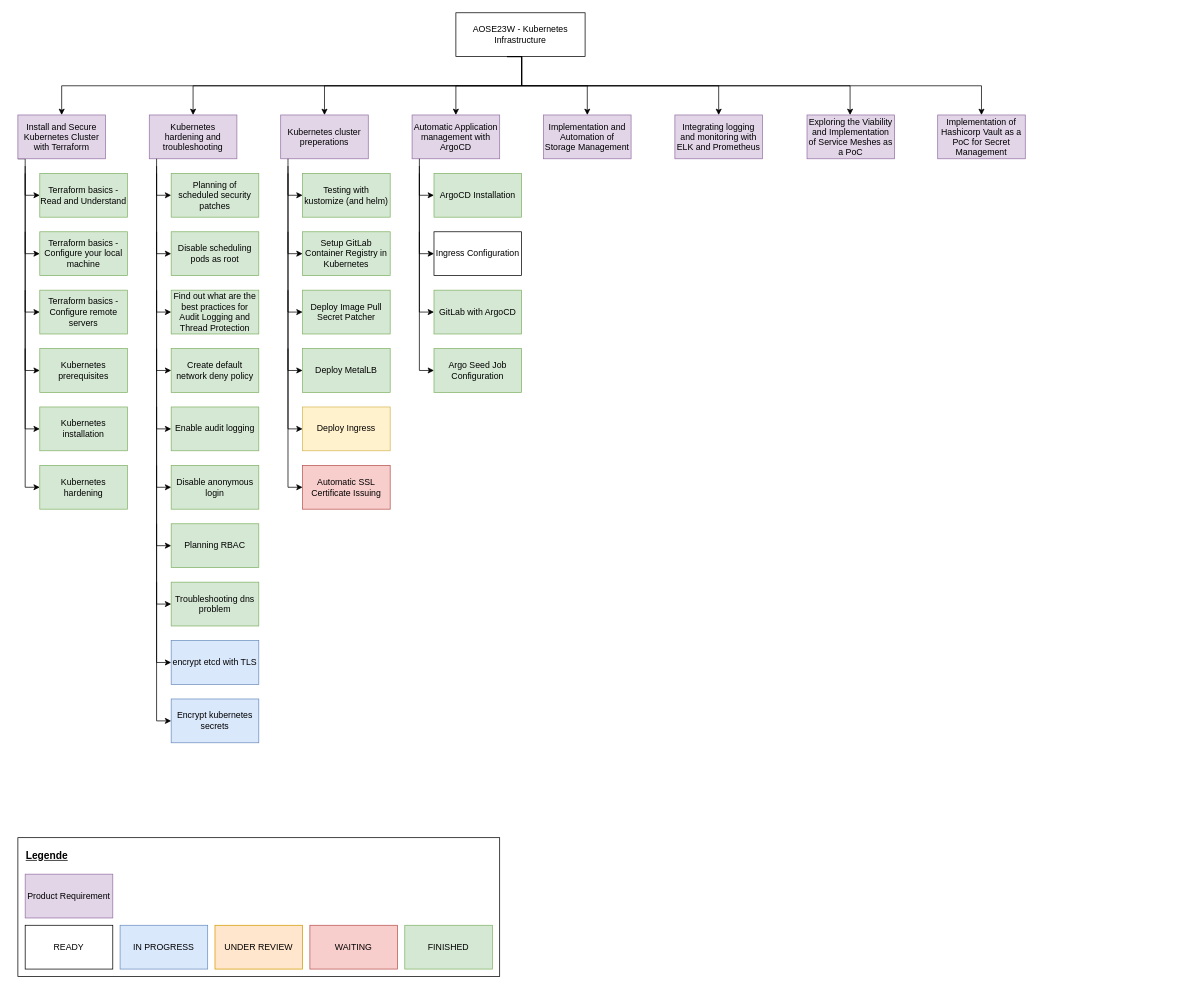
Above: uni-bsc/product-requirements-kubernetes-infrastructure.drawio in pogii123/drawio-charts (draw.io), before the change. Source tidied: cells renumbered, new cells numbered last; positions are measured from the earlier drawing's top-left corner, leaving out a move shared by most shapes. Both pictures are drawn from the tidied source at 73%, with x=0, y=0 at pixel (18, 12).
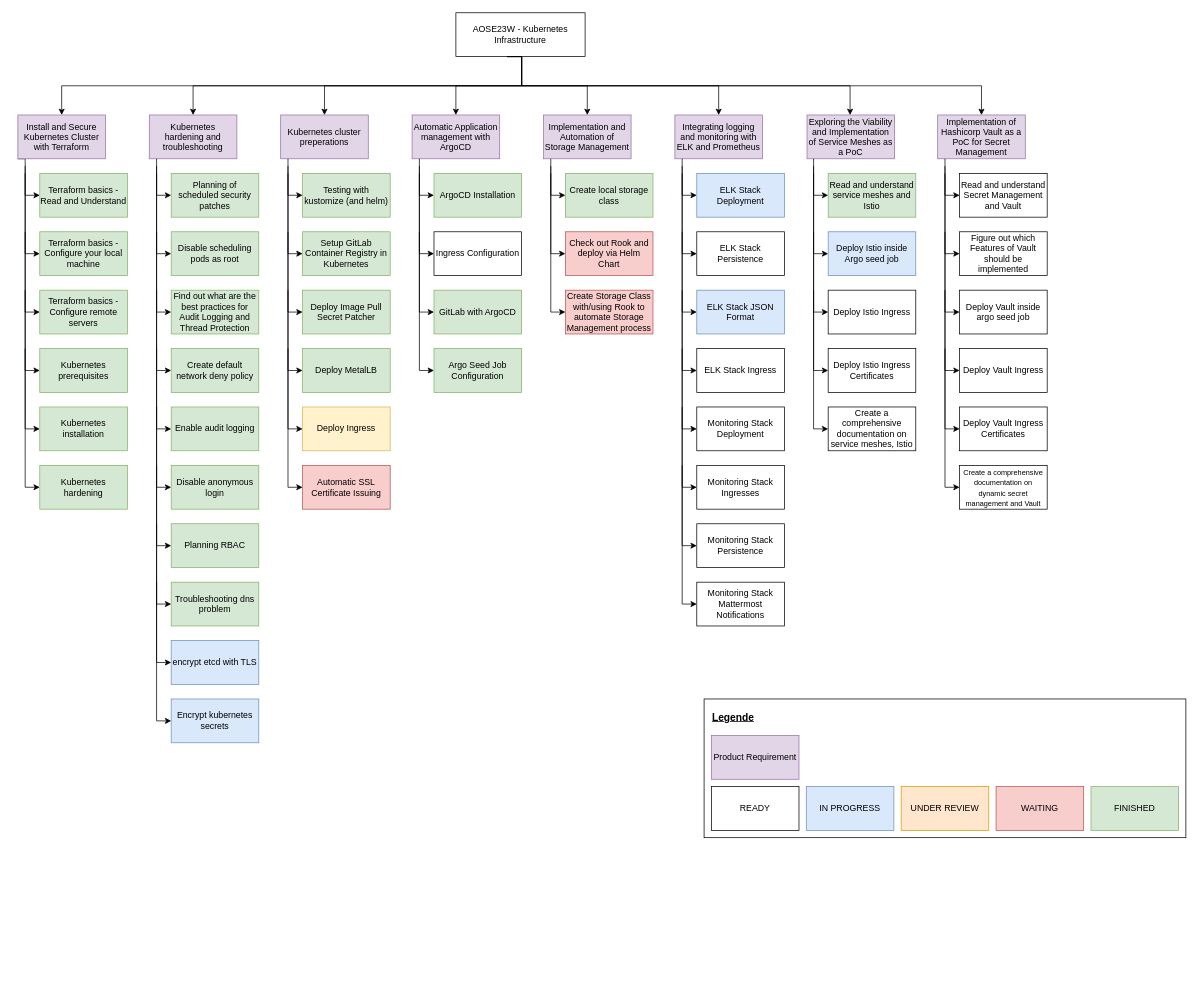
The same diagram, later.

The edit, as a diff of the source:
```diff
@@
     <mxCell id="2" style="rounded=0;whiteSpace=wrap;html=1;" parent="1" vertex="1">
-      <mxGeometry y="1130" width="660" height="190" as="geometry" />
+      <mxGeometry x="940" y="940" width="660" height="190" as="geometry" />
     </mxCell>
     <mxCell id="3" value="&lt;font style=&quot;font-size: 14px;&quot;&gt;&lt;u&gt;&lt;b&gt;Legende&lt;/b&gt;&lt;/u&gt;&lt;/font&gt;" style="text;html=1;strokeColor=none;fillColor=none;align=center;verticalAlign=middle;whiteSpace=wrap;rounded=0;" parent="1" vertex="1">
-      <mxGeometry x="10" y="1140" width="60" height="30" as="geometry" />
+      <mxGeometry x="950" y="950" width="60" height="30" as="geometry" />
     </mxCell>
     <mxCell id="4" value="Product Requirement" style="rounded=0;whiteSpace=wrap;html=1;fillColor=#e1d5e7;strokeColor=#9673a6;" parent="1" vertex="1">
-      <mxGeometry x="10" y="1180" width="120" height="60" as="geometry" />
+      <mxGeometry x="950" y="990" width="120" height="60" as="geometry" />
     </mxCell>
     <mxCell id="5" value="WAITING" style="rounded=0;whiteSpace=wrap;html=1;fillColor=#f8cecc;strokeColor=#b85450;" parent="1" vertex="1">
-      <mxGeometry x="400" y="1250" width="120" height="60" as="geometry" />
+      <mxGeometry x="1340" y="1060" width="120" height="60" as="geometry" />
     </mxCell>
     <mxCell id="6" value="READY" style="rounded=0;whiteSpace=wrap;html=1;" parent="1" vertex="1">
-      <mxGeometry x="10" y="1250" width="120" height="60" as="geometry" />
+      <mxGeometry x="950" y="1060" width="120" height="60" as="geometry" />
     </mxCell>
     <mxCell id="7" value="IN PROGRESS" style="rounded=0;whiteSpace=wrap;html=1;fillColor=#dae8fc;strokeColor=#6c8ebf;" parent="1" vertex="1">
-      <mxGeometry x="140" y="1250" width="120" height="60" as="geometry" />
+      <mxGeometry x="1080" y="1060" width="120" height="60" as="geometry" />
     </mxCell>
     <mxCell id="8" value="UNDER REVIEW" style="rounded=0;whiteSpace=wrap;html=1;fillColor=#ffe6cc;strokeColor=#d79b00;" parent="1" vertex="1">
-      <mxGeometry x="270" y="1250" width="120" height="60" as="geometry" />
+      <mxGeometry x="1210" y="1060" width="120" height="60" as="geometry" />
     </mxCell>
     <mxCell id="9" value="FINISHED" style="rounded=0;whiteSpace=wrap;html=1;fillColor=#d5e8d4;strokeColor=#82b366;" parent="1" vertex="1">
-      <mxGeometry x="530" y="1250" width="120" height="60" as="geometry" />
+      <mxGeometry x="1470" y="1060" width="120" height="60" as="geometry" />
     </mxCell>
@@
+    <mxCell id="79" style="edgeStyle=orthogonalEdgeStyle;rounded=0;jettySize=auto;html=1;entryX=0;entryY=0.5;entryDx=0;entryDy=0;" parent="1" edge="1" target="80">
+      <mxGeometry relative="1" as="geometry">
+        <mxPoint x="730" y="200" as="sourcePoint" />
+        <Array as="points">
+          <mxPoint x="730" y="200" />
+          <mxPoint x="730" y="250" />
+        </Array>
+      </mxGeometry>
+    </mxCell>
+    <mxCell id="80" value="Create local storage class" style="rounded=0;whiteSpace=wrap;html=1;fillColor=#d5e8d4;strokeColor=#82b366;" parent="1" vertex="1">
+      <mxGeometry x="750" y="220" width="120" height="60" as="geometry" />
+    </mxCell>
+    <mxCell id="81" value="Create Storage Class with/using Rook to automate Storage Management process" style="rounded=0;whiteSpace=wrap;html=1;fillColor=#f8cecc;strokeColor=#b85450;" parent="1" vertex="1">
+      <mxGeometry x="750" y="380" width="120" height="60" as="geometry" />
+    </mxCell>
+    <mxCell id="82" style="edgeStyle=orthogonalEdgeStyle;rounded=0;orthogonalLoop=1;jettySize=auto;html=1;exitX=0;exitY=1;exitDx=0;exitDy=0;entryX=0;entryY=0.5;entryDx=0;entryDy=0;" parent="1" edge="1">
+      <mxGeometry relative="1" as="geometry">
+        <mxPoint x="730" y="210" as="sourcePoint" />
+        <mxPoint x="750" y="330" as="targetPoint" />
+        <Array as="points">
+          <mxPoint x="730" y="330" />
+        </Array>
+      </mxGeometry>
+    </mxCell>
+    <mxCell id="83" style="edgeStyle=orthogonalEdgeStyle;rounded=0;orthogonalLoop=1;jettySize=auto;html=1;exitX=0;exitY=1;exitDx=0;exitDy=0;" parent="1" edge="1">
+      <mxGeometry relative="1" as="geometry">
+        <mxPoint x="730" y="220" as="sourcePoint" />
+        <mxPoint x="750" y="410" as="targetPoint" />
+        <Array as="points">
+          <mxPoint x="730" y="410" />
+          <mxPoint x="750" y="410" />
+        </Array>
+      </mxGeometry>
+    </mxCell>
+    <mxCell id="84" value="Check out Rook and deploy via Helm Chart" style="rounded=0;whiteSpace=wrap;html=1;fillColor=#f8cecc;strokeColor=#b85450;" parent="1" vertex="1">
+      <mxGeometry x="750" y="300" width="120" height="60" as="geometry" />
+    </mxCell>
+    <mxCell id="85" style="edgeStyle=orthogonalEdgeStyle;rounded=0;jettySize=auto;html=1;entryX=0;entryY=0.5;entryDx=0;entryDy=0;" parent="1" edge="1" target="86">
+      <mxGeometry relative="1" as="geometry">
+        <mxPoint x="910" y="200" as="sourcePoint" />
+        <Array as="points">
+          <mxPoint x="910" y="200" />
+          <mxPoint x="910" y="250" />
+        </Array>
+      </mxGeometry>
+    </mxCell>
+    <mxCell id="86" value="ELK Stack Deployment" style="rounded=0;whiteSpace=wrap;html=1;fillColor=#dae8fc;strokeColor=#6c8ebf;" parent="1" vertex="1">
+      <mxGeometry x="930" y="220" width="120" height="60" as="geometry" />
+    </mxCell>
+    <mxCell id="87" value="ELK Stack Persistence" style="rounded=0;whiteSpace=wrap;html=1;" parent="1" vertex="1">
+      <mxGeometry x="930" y="300" width="120" height="60" as="geometry" />
+    </mxCell>
+    <mxCell id="88" value="ELK Stack JSON Format" style="rounded=0;whiteSpace=wrap;html=1;fillColor=#dae8fc;strokeColor=#6c8ebf;" parent="1" vertex="1">
+      <mxGeometry x="930" y="380" width="120" height="60" as="geometry" />
+    </mxCell>
+    <mxCell id="89" value="ELK Stack Ingress" style="rounded=0;whiteSpace=wrap;html=1;" parent="1" vertex="1">
+      <mxGeometry x="930" y="460" width="120" height="60" as="geometry" />
+    </mxCell>
+    <mxCell id="90" value="Monitoring Stack Deployment" style="rounded=0;whiteSpace=wrap;html=1;" parent="1" vertex="1">
+      <mxGeometry x="930" y="540" width="120" height="60" as="geometry" />
+    </mxCell>
+    <mxCell id="91" value="Monitoring Stack Ingresses" style="rounded=0;whiteSpace=wrap;html=1;" parent="1" vertex="1">
+      <mxGeometry x="930" y="620" width="120" height="60" as="geometry" />
+    </mxCell>
+    <mxCell id="92" style="edgeStyle=orthogonalEdgeStyle;rounded=0;jettySize=auto;html=1;exitX=0;exitY=1;exitDx=0;exitDy=0;entryX=0;entryY=0.5;entryDx=0;entryDy=0;" parent="1" edge="1" target="87">
+      <mxGeometry relative="1" as="geometry">
+        <mxPoint x="910" y="210" as="sourcePoint" />
+        <Array as="points">
+          <mxPoint x="910" y="330" />
+        </Array>
+      </mxGeometry>
+    </mxCell>
+    <mxCell id="93" style="edgeStyle=orthogonalEdgeStyle;rounded=0;orthogonalLoop=1;jettySize=auto;html=1;exitX=0;exitY=1;exitDx=0;exitDy=0;" parent="1" edge="1">
+      <mxGeometry relative="1" as="geometry">
+        <mxPoint x="910" y="220" as="sourcePoint" />
+        <mxPoint x="930" y="410" as="targetPoint" />
+        <Array as="points">
+          <mxPoint x="910" y="410" />
+          <mxPoint x="930" y="410" />
+        </Array>
+      </mxGeometry>
+    </mxCell>
+    <mxCell id="94" style="edgeStyle=orthogonalEdgeStyle;rounded=0;orthogonalLoop=1;jettySize=auto;html=1;exitX=0;exitY=1;exitDx=0;exitDy=0;" parent="1" edge="1">
+      <mxGeometry relative="1" as="geometry">
+        <mxPoint x="910" y="300" as="sourcePoint" />
+        <mxPoint x="930" y="490" as="targetPoint" />
+        <Array as="points">
+          <mxPoint x="910" y="490" />
+          <mxPoint x="930" y="490" />
+        </Array>
+      </mxGeometry>
+    </mxCell>
+    <mxCell id="95" style="edgeStyle=orthogonalEdgeStyle;rounded=0;orthogonalLoop=1;jettySize=auto;html=1;exitX=0;exitY=1;exitDx=0;exitDy=0;" parent="1" edge="1">
+      <mxGeometry relative="1" as="geometry">
+        <mxPoint x="910" y="380" as="sourcePoint" />
+        <mxPoint x="930" y="570" as="targetPoint" />
+        <Array as="points">
+          <mxPoint x="910" y="570" />
+          <mxPoint x="930" y="570" />
+        </Array>
+      </mxGeometry>
+    </mxCell>
+    <mxCell id="96" style="edgeStyle=orthogonalEdgeStyle;rounded=0;orthogonalLoop=1;jettySize=auto;html=1;exitX=0;exitY=1;exitDx=0;exitDy=0;" parent="1" edge="1">
+      <mxGeometry relative="1" as="geometry">
+        <mxPoint x="910" y="460" as="sourcePoint" />
+        <mxPoint x="930" y="650" as="targetPoint" />
+        <Array as="points">
+          <mxPoint x="910" y="650" />
+          <mxPoint x="930" y="650" />
+        </Array>
+      </mxGeometry>
+    </mxCell>
+    <mxCell id="97" value="Monitoring Stack Persistence" style="rounded=0;whiteSpace=wrap;html=1;" parent="1" vertex="1">
+      <mxGeometry x="930" y="700" width="120" height="60" as="geometry" />
+    </mxCell>
+    <mxCell id="98" value="Monitoring Stack Mattermost Notifications" style="rounded=0;whiteSpace=wrap;html=1;" parent="1" vertex="1">
+      <mxGeometry x="930" y="780" width="120" height="60" as="geometry" />
+    </mxCell>
+    <mxCell id="99" style="edgeStyle=orthogonalEdgeStyle;rounded=0;orthogonalLoop=1;jettySize=auto;html=1;exitX=0;exitY=1;exitDx=0;exitDy=0;" parent="1" edge="1">
+      <mxGeometry relative="1" as="geometry">
+        <mxPoint x="910" y="540" as="sourcePoint" />
+        <mxPoint x="930" y="730" as="targetPoint" />
+        <Array as="points">
+          <mxPoint x="910" y="730" />
+          <mxPoint x="930" y="730" />
+        </Array>
+      </mxGeometry>
+    </mxCell>
+    <mxCell id="100" style="edgeStyle=orthogonalEdgeStyle;rounded=0;orthogonalLoop=1;jettySize=auto;html=1;exitX=0;exitY=1;exitDx=0;exitDy=0;" parent="1" edge="1">
+      <mxGeometry relative="1" as="geometry">
+        <mxPoint x="910" y="620" as="sourcePoint" />
+        <mxPoint x="930" y="810" as="targetPoint" />
+        <Array as="points">
+          <mxPoint x="910" y="810" />
+          <mxPoint x="930" y="810" />
+        </Array>
+      </mxGeometry>
+    </mxCell>
+    <mxCell id="101" style="edgeStyle=orthogonalEdgeStyle;rounded=0;jettySize=auto;html=1;entryX=0;entryY=0.5;entryDx=0;entryDy=0;" parent="1" edge="1" target="102">
+      <mxGeometry relative="1" as="geometry">
+        <mxPoint x="1090" y="200" as="sourcePoint" />
+        <Array as="points">
+          <mxPoint x="1090" y="200" />
+          <mxPoint x="1090" y="250" />
+        </Array>
+      </mxGeometry>
+    </mxCell>
+    <mxCell id="102" value="Read and understand service meshes and Istio" style="rounded=0;whiteSpace=wrap;html=1;fillColor=#d5e8d4;strokeColor=#82b366;" parent="1" vertex="1">
+      <mxGeometry x="1110" y="220" width="120" height="60" as="geometry" />
+    </mxCell>
+    <mxCell id="103" value="Deploy Istio inside Argo seed job" style="rounded=0;whiteSpace=wrap;html=1;fillColor=#dae8fc;strokeColor=#6c8ebf;" parent="1" vertex="1">
+      <mxGeometry x="1110" y="300" width="120" height="60" as="geometry" />
+    </mxCell>
+    <mxCell id="104" value="Deploy Istio Ingress" style="rounded=0;whiteSpace=wrap;html=1;" parent="1" vertex="1">
+      <mxGeometry x="1110" y="380" width="120" height="60" as="geometry" />
+    </mxCell>
+    <mxCell id="105" value="Deploy Istio Ingress Certificates" style="rounded=0;whiteSpace=wrap;html=1;" parent="1" vertex="1">
+      <mxGeometry x="1110" y="460" width="120" height="60" as="geometry" />
+    </mxCell>
+    <mxCell id="106" value="Create a comprehensive documentation on service meshes, Istio" style="rounded=0;whiteSpace=wrap;html=1;" parent="1" vertex="1">
+      <mxGeometry x="1110" y="540" width="120" height="60" as="geometry" />
+    </mxCell>
+    <mxCell id="107" style="edgeStyle=orthogonalEdgeStyle;rounded=0;jettySize=auto;html=1;exitX=0;exitY=1;exitDx=0;exitDy=0;entryX=0;entryY=0.5;entryDx=0;entryDy=0;" parent="1" edge="1" target="103">
+      <mxGeometry relative="1" as="geometry">
+        <mxPoint x="1090" y="210" as="sourcePoint" />
+        <Array as="points">
+          <mxPoint x="1090" y="330" />
+        </Array>
+      </mxGeometry>
+    </mxCell>
+    <mxCell id="108" style="edgeStyle=orthogonalEdgeStyle;rounded=0;orthogonalLoop=1;jettySize=auto;html=1;exitX=0;exitY=1;exitDx=0;exitDy=0;" parent="1" edge="1">
+      <mxGeometry relative="1" as="geometry">
+        <mxPoint x="1090" y="220" as="sourcePoint" />
+        <mxPoint x="1110" y="410" as="targetPoint" />
+        <Array as="points">
+          <mxPoint x="1090" y="410" />
+          <mxPoint x="1110" y="410" />
+        </Array>
+      </mxGeometry>
+    </mxCell>
+    <mxCell id="109" style="edgeStyle=orthogonalEdgeStyle;rounded=0;orthogonalLoop=1;jettySize=auto;html=1;exitX=0;exitY=1;exitDx=0;exitDy=0;" parent="1" edge="1">
+      <mxGeometry relative="1" as="geometry">
+        <mxPoint x="1090" y="300" as="sourcePoint" />
+        <mxPoint x="1110" y="490" as="targetPoint" />
+        <Array as="points">
+          <mxPoint x="1090" y="490" />
+          <mxPoint x="1110" y="490" />
+        </Array>
+      </mxGeometry>
+    </mxCell>
+    <mxCell id="110" style="edgeStyle=orthogonalEdgeStyle;rounded=0;orthogonalLoop=1;jettySize=auto;html=1;exitX=0;exitY=1;exitDx=0;exitDy=0;" parent="1" edge="1">
+      <mxGeometry relative="1" as="geometry">
+        <mxPoint x="1090" y="380" as="sourcePoint" />
+        <mxPoint x="1110" y="570" as="targetPoint" />
+        <Array as="points">
+          <mxPoint x="1090" y="570" />
+          <mxPoint x="1110" y="570" />
+        </Array>
+      </mxGeometry>
+    </mxCell>
+    <mxCell id="111" style="edgeStyle=orthogonalEdgeStyle;rounded=0;jettySize=auto;html=1;entryX=0;entryY=0.5;entryDx=0;entryDy=0;" parent="1" edge="1" target="112">
+      <mxGeometry relative="1" as="geometry">
+        <mxPoint x="1270" y="200" as="sourcePoint" />
+        <Array as="points">
+          <mxPoint x="1270" y="200" />
+          <mxPoint x="1270" y="250" />
+        </Array>
+      </mxGeometry>
+    </mxCell>
+    <mxCell id="112" value="Read and understand Secret Management and Vault" style="rounded=0;whiteSpace=wrap;html=1;" parent="1" vertex="1">
+      <mxGeometry x="1290" y="220" width="120" height="60" as="geometry" />
+    </mxCell>
+    <mxCell id="113" value="Figure out which Features of Vault should be implemented" style="rounded=0;whiteSpace=wrap;html=1;" parent="1" vertex="1">
+      <mxGeometry x="1290" y="300" width="120" height="60" as="geometry" />
+    </mxCell>
+    <mxCell id="114" value="Deploy Vault inside argo&amp;nbsp;&lt;span style=&quot;text-align: start;&quot; class=&quot;inline-comment-marker&quot;&gt;seed job&lt;/span&gt;" style="rounded=0;whiteSpace=wrap;html=1;" parent="1" vertex="1">
+      <mxGeometry x="1290" y="380" width="120" height="60" as="geometry" />
+    </mxCell>
+    <mxCell id="115" value="Deploy Vault Ingress" style="rounded=0;whiteSpace=wrap;html=1;" parent="1" vertex="1">
+      <mxGeometry x="1290" y="460" width="120" height="60" as="geometry" />
+    </mxCell>
+    <mxCell id="116" value="Deploy Vault Ingress Certificates" style="rounded=0;whiteSpace=wrap;html=1;" parent="1" vertex="1">
+      <mxGeometry x="1290" y="540" width="120" height="60" as="geometry" />
+    </mxCell>
+    <mxCell id="117" value="&lt;font style=&quot;font-size: 10px;&quot;&gt;Create a comprehensive documentation on dynamic secret management and Vault&lt;/font&gt;" style="rounded=0;whiteSpace=wrap;html=1;" parent="1" vertex="1">
+      <mxGeometry x="1290" y="620" width="120" height="60" as="geometry" />
+    </mxCell>
+    <mxCell id="118" style="edgeStyle=orthogonalEdgeStyle;rounded=0;jettySize=auto;html=1;exitX=0;exitY=1;exitDx=0;exitDy=0;entryX=0;entryY=0.5;entryDx=0;entryDy=0;" parent="1" edge="1" target="113">
+      <mxGeometry relative="1" as="geometry">
+        <mxPoint x="1270" y="210" as="sourcePoint" />
+        <Array as="points">
+          <mxPoint x="1270" y="330" />
+        </Array>
+      </mxGeometry>
+    </mxCell>
+    <mxCell id="119" style="edgeStyle=orthogonalEdgeStyle;rounded=0;orthogonalLoop=1;jettySize=auto;html=1;exitX=0;exitY=1;exitDx=0;exitDy=0;" parent="1" edge="1">
+      <mxGeometry relative="1" as="geometry">
+        <mxPoint x="1270" y="220" as="sourcePoint" />
+        <mxPoint x="1290" y="410" as="targetPoint" />
+        <Array as="points">
+          <mxPoint x="1270" y="410" />
+          <mxPoint x="1290" y="410" />
+        </Array>
+      </mxGeometry>
+    </mxCell>
+    <mxCell id="120" style="edgeStyle=orthogonalEdgeStyle;rounded=0;orthogonalLoop=1;jettySize=auto;html=1;exitX=0;exitY=1;exitDx=0;exitDy=0;" parent="1" edge="1">
+      <mxGeometry relative="1" as="geometry">
+        <mxPoint x="1270" y="300" as="sourcePoint" />
+        <mxPoint x="1290" y="490" as="targetPoint" />
+        <Array as="points">
+          <mxPoint x="1270" y="490" />
+          <mxPoint x="1290" y="490" />
+        </Array>
+      </mxGeometry>
+    </mxCell>
+    <mxCell id="121" style="edgeStyle=orthogonalEdgeStyle;rounded=0;orthogonalLoop=1;jettySize=auto;html=1;exitX=0;exitY=1;exitDx=0;exitDy=0;" parent="1" edge="1">
+      <mxGeometry relative="1" as="geometry">
+        <mxPoint x="1270" y="380" as="sourcePoint" />
+        <mxPoint x="1290" y="570" as="targetPoint" />
+        <Array as="points">
+          <mxPoint x="1270" y="570" />
+          <mxPoint x="1290" y="570" />
+        </Array>
+      </mxGeometry>
+    </mxCell>
+    <mxCell id="122" style="edgeStyle=orthogonalEdgeStyle;rounded=0;orthogonalLoop=1;jettySize=auto;html=1;exitX=0;exitY=1;exitDx=0;exitDy=0;" parent="1" edge="1">
+      <mxGeometry relative="1" as="geometry">
+        <mxPoint x="1270" y="460" as="sourcePoint" />
+        <mxPoint x="1290" y="650" as="targetPoint" />
+        <Array as="points">
+          <mxPoint x="1270" y="650" />
+          <mxPoint x="1290" y="650" />
+        </Array>
+      </mxGeometry>
+    </mxCell>
```
